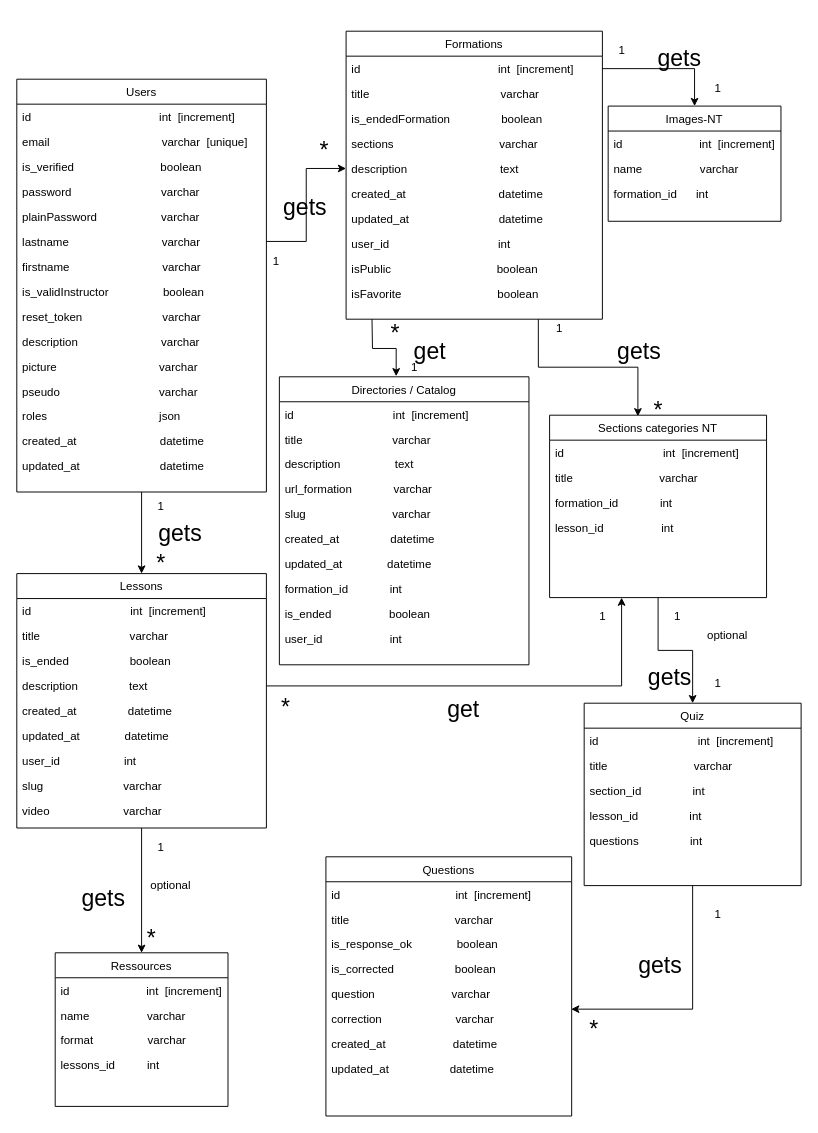
Before: ECO IT/diag_de_classe_ecoit.drawio in cyrisa02/diagrammes-UML, a draw.io diagram. Source tidied: cells renumbered, new cells numbered last; positions are measured from the earlier drawing's top-left corner, leaving out a move shared by most shapes. Both pictures are drawn from the tidied source at 96%, with x=0, y=0 at pixel (16, 16).
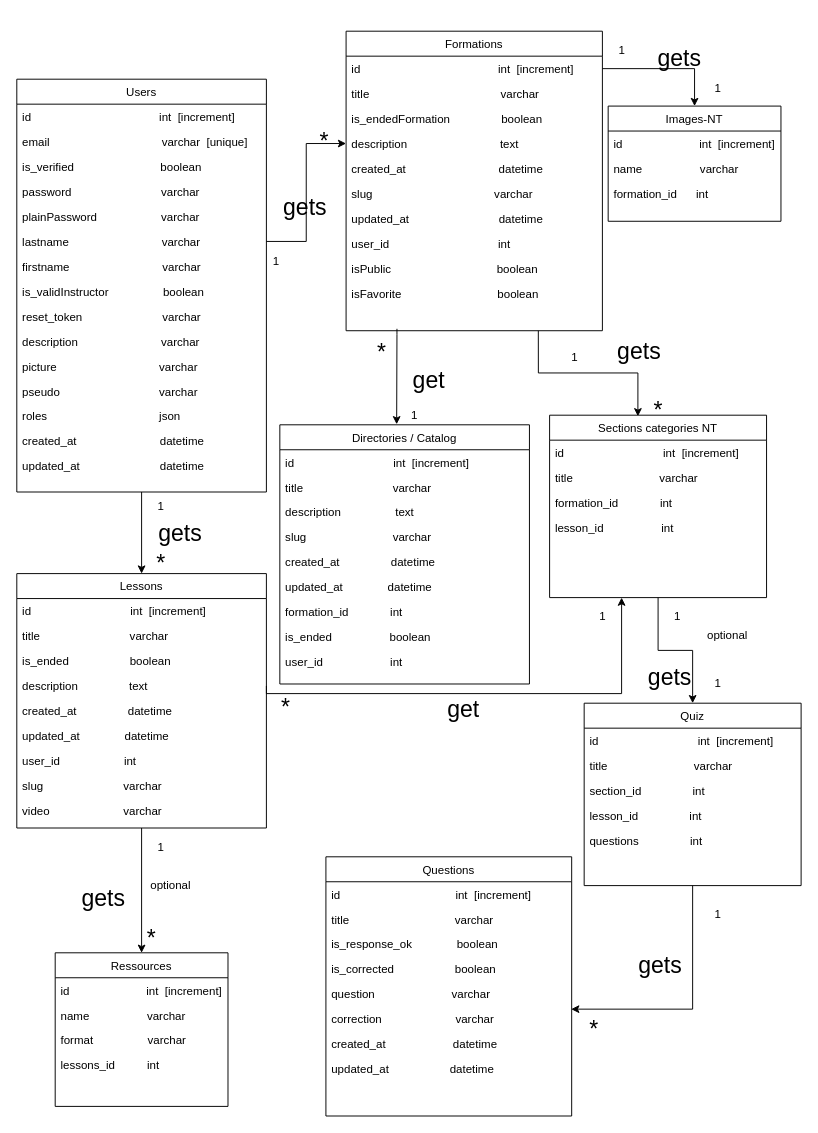
The same page after the edit.

Unchanged cells that the change refers to:
```xml
<mxCell id="43" value="description                text" style="text;align=left;verticalAlign=top;spacingLeft=4;spacingRight=4;overflow=hidden;points=[[0,0.5],[1,0.5]];portConstraint=eastwest;" parent="39" vertex="1">
  <mxGeometry y="104" width="260" height="26" as="geometry" />
</mxCell>
```

Diff of the diagram source:
```diff
@@
     <mxCell id="19" style="edgeStyle=orthogonalEdgeStyle;rounded=0;jettySize=auto;html=1;entryX=0.468;entryY=-0.002;entryDx=0;entryDy=0;entryPerimeter=0;" parent="1" edge="1" target="79">
       <mxGeometry relative="1" as="geometry">
-        <mxPoint x="370" y="315" as="sourcePoint" />
+        <mxPoint x="396" y="325" as="sourcePoint" />
+        <Array as="points">
+          <mxPoint x="396" y="331" />
+        </Array>
       </mxGeometry>
     </mxCell>
@@
     <mxCell id="21" value="Formations" style="swimlane;fontStyle=0;align=center;verticalAlign=top;horizontal=1;startSize=26;rounded=0;shadow=0;strokeWidth=1;" parent="1" vertex="1">
-      <mxGeometry x="343" y="15" width="267" height="300" as="geometry" />
+      <mxGeometry x="343" y="15" width="267" height="312" as="geometry" />
     </mxCell>
@@
-    <mxCell id="25" value="sections                                 varchar" style="text;align=left;verticalAlign=top;spacingLeft=4;spacingRight=4;overflow=hidden;" parent="21" vertex="1">
-      <mxGeometry y="104" width="267" height="26" as="geometry" />
-    </mxCell>
     <mxCell id="26" value="description                             text" style="text;align=left;verticalAlign=top;spacingLeft=4;spacingRight=4;overflow=hidden;points=[[0,0.5],[1,0.5]];portConstraint=eastwest;" parent="21" vertex="1">
-      <mxGeometry y="130" width="267" height="26" as="geometry" />
+      <mxGeometry y="104" width="267" height="26" as="geometry" />
     </mxCell>
     <mxCell id="27" value="created_at                             datetime" style="text;align=left;verticalAlign=top;spacingLeft=4;spacingRight=4;overflow=hidden;" parent="21" vertex="1">
-      <mxGeometry y="156" width="267" height="26" as="geometry" />
+      <mxGeometry y="130" width="267" height="26" as="geometry" />
     </mxCell>
+    <mxCell id="83" value="slug                                      varchar" style="text;align=left;verticalAlign=top;spacingLeft=4;spacingRight=4;overflow=hidden;" parent="21" vertex="1">
+      <mxGeometry y="156" width="267" height="26" as="geometry" />
+    </mxCell>
@@
     <mxCell id="59" style="edgeStyle=orthogonalEdgeStyle;rounded=0;jettySize=auto;html=1;exitX=1;exitY=0.5;exitDx=0;exitDy=0;" parent="1" edge="1" source="43">
       <mxGeometry relative="1" as="geometry">
         <mxPoint x="630" y="605" as="targetPoint" />
         <Array as="points">
-          <mxPoint x="630" y="697" />
+          <mxPoint x="260" y="705" />
+          <mxPoint x="630" y="705" />
         </Array>
       </mxGeometry>
     </mxCell>
@@
     <mxCell id="79" value="Directories / Catalog" style="swimlane;fontStyle=0;align=center;verticalAlign=top;horizontal=1;startSize=26;rounded=0;shadow=0;strokeWidth=1;" parent="1" vertex="1">
-      <mxGeometry x="273.5" y="375" width="260" height="300" as="geometry" />
+      <mxGeometry x="274" y="425" width="260" height="270" as="geometry" />
     </mxCell>
@@
-    <mxCell id="83" value="url_formation             varchar" style="text;align=left;verticalAlign=top;spacingLeft=4;spacingRight=4;overflow=hidden;" parent="79" vertex="1">
-      <mxGeometry y="104" width="260" height="26" as="geometry" />
-    </mxCell>
     <mxCell id="84" value="slug                           varchar" style="text;align=left;verticalAlign=top;spacingLeft=4;spacingRight=4;overflow=hidden;" parent="79" vertex="1">
-      <mxGeometry y="130" width="260" height="26" as="geometry" />
+      <mxGeometry y="104" width="260" height="26" as="geometry" />
     </mxCell>
     <mxCell id="85" value="created_at                datetime" style="text;align=left;verticalAlign=top;spacingLeft=4;spacingRight=4;overflow=hidden;" parent="79" vertex="1">
-      <mxGeometry y="156" width="260" height="26" as="geometry" />
+      <mxGeometry y="130" width="260" height="26" as="geometry" />
     </mxCell>
     <mxCell id="86" value="updated_at              datetime" style="text;align=left;verticalAlign=top;spacingLeft=4;spacingRight=4;overflow=hidden;" parent="79" vertex="1">
-      <mxGeometry y="182" width="260" height="26" as="geometry" />
+      <mxGeometry y="156" width="260" height="26" as="geometry" />
     </mxCell>
     <mxCell id="87" value="formation_id             int" style="text;align=left;verticalAlign=top;spacingLeft=4;spacingRight=4;overflow=hidden;" parent="79" vertex="1">
-      <mxGeometry y="208" width="260" height="26" as="geometry" />
+      <mxGeometry y="182" width="260" height="26" as="geometry" />
     </mxCell>
     <mxCell id="88" value="is_ended                  boolean" style="text;align=left;verticalAlign=top;spacingLeft=4;spacingRight=4;overflow=hidden;" parent="79" vertex="1">
-      <mxGeometry y="234" width="260" height="26" as="geometry" />
+      <mxGeometry y="208" width="260" height="26" as="geometry" />
     </mxCell>
     <mxCell id="89" value="user_id                     int" style="text;align=left;verticalAlign=top;spacingLeft=4;spacingRight=4;overflow=hidden;" parent="79" vertex="1">
-      <mxGeometry y="260" width="260" height="26" as="geometry" />
+      <mxGeometry y="234" width="260" height="26" as="geometry" />
     </mxCell>
     <mxCell id="90" value="1" style="text;html=1;align=center;verticalAlign=middle;fillColor=none;strokeColor=none;rounded=0;" parent="1" vertex="1">
-      <mxGeometry x="555" y="315" width="20" height="20" as="geometry" />
+      <mxGeometry x="571" y="345" width="20" height="20" as="geometry" />
     </mxCell>
     <mxCell id="91" value="*" style="text;html=1;align=center;verticalAlign=middle;fillColor=none;strokeColor=none;rounded=0;fontSize=24;" parent="1" vertex="1">
-      <mxGeometry x="310" y="125" width="20" height="30" as="geometry" />
+      <mxGeometry x="310" y="115" width="20" height="30" as="geometry" />
     </mxCell>
@@
     <mxCell id="95" value="*" style="text;html=1;align=center;verticalAlign=middle;fillColor=none;strokeColor=none;rounded=0;fontSize=24;" parent="1" vertex="1">
-      <mxGeometry x="384" y="315" width="20" height="30" as="geometry" />
+      <mxGeometry x="370" y="335" width="20" height="30" as="geometry" />
     </mxCell>
     <mxCell id="96" value="1" style="text;html=1;align=center;verticalAlign=middle;fillColor=none;strokeColor=none;rounded=0;" parent="1" vertex="1">
-      <mxGeometry x="404" y="355" width="20" height="20" as="geometry" />
+      <mxGeometry x="404" y="405" width="20" height="20" as="geometry" />
     </mxCell>
@@
     <mxCell id="111" value="&lt;font style=&quot;font-size: 24px;&quot;&gt;get&lt;/font&gt;" style="text;html=1;align=center;verticalAlign=middle;fillColor=none;strokeColor=none;rounded=0;fontSize=48;" parent="1" vertex="1">
-      <mxGeometry x="405" y="305" width="50" height="70" as="geometry" />
+      <mxGeometry x="404" y="335" width="50" height="70" as="geometry" />
     </mxCell>
```
